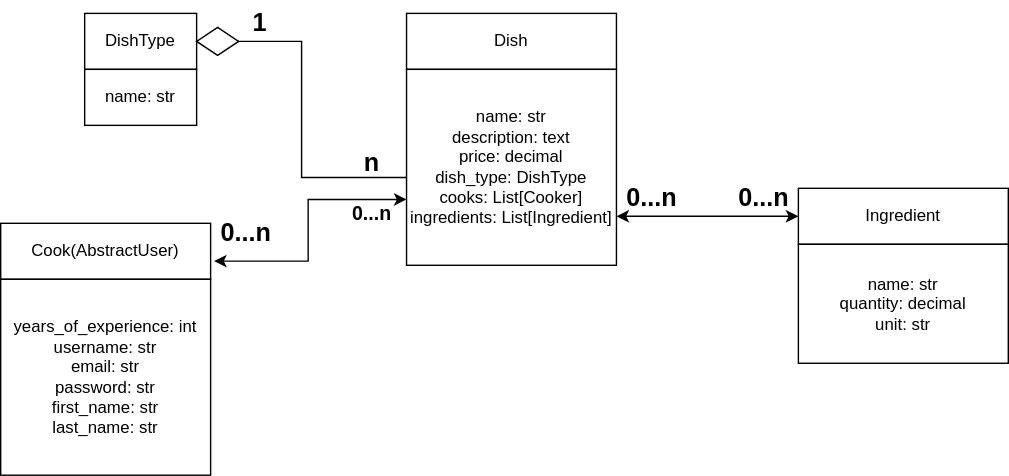
This is DB_Structure.svg from dryzhenko/restaurant_kitchen_service, a draw.io export, as it was before one commit. Source tidied: cells renumbered, new cells last; positions are measured from the earlier drawing's top-left corner, leaving out a move shared by most shapes.
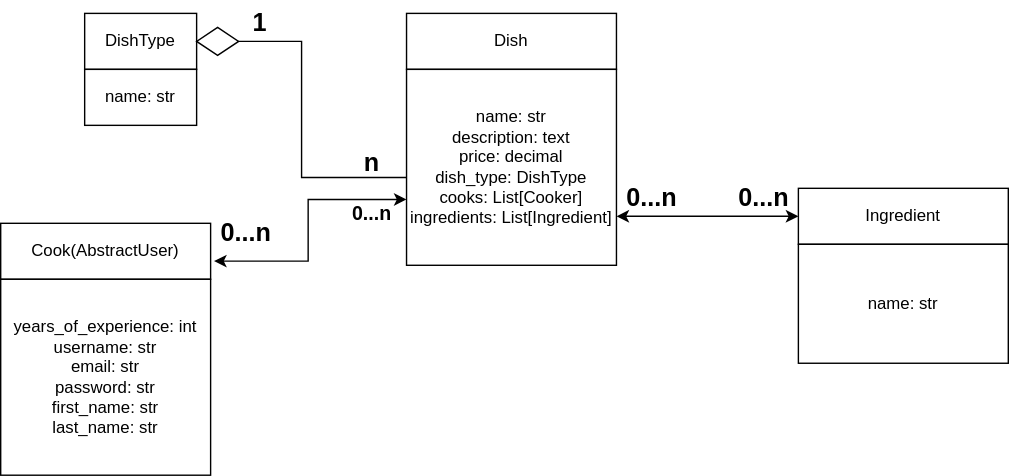
The same diagram one commit later.

Commit message:
update ingredients table in structure of database

Diff of the diagram source:
```diff
@@ -23,7 +23,7 @@
     <mxCell id="8" value="Ingredient" style="rounded=0;whiteSpace=wrap;html=1;" parent="1" vertex="1">
       <mxGeometry x="570" y="125" width="150" height="40" as="geometry" />
     </mxCell>
-    <mxCell id="9" value="name: str&lt;br&gt;quantity: decimal&lt;br&gt;unit: str" style="rounded=0;whiteSpace=wrap;html=1;" parent="1" vertex="1">
+    <mxCell id="9" value="name: str" style="rounded=0;whiteSpace=wrap;html=1;" parent="1" vertex="1">
       <mxGeometry x="570" y="165" width="150" height="85" as="geometry" />
     </mxCell>
     <mxCell id="10" value="&lt;font style=&quot;font-size: 18px;&quot;&gt;n&lt;/font&gt;" style="text;strokeColor=none;fillColor=none;html=1;fontSize=24;fontStyle=1;verticalAlign=middle;align=center;" parent="1" vertex="1">
```
